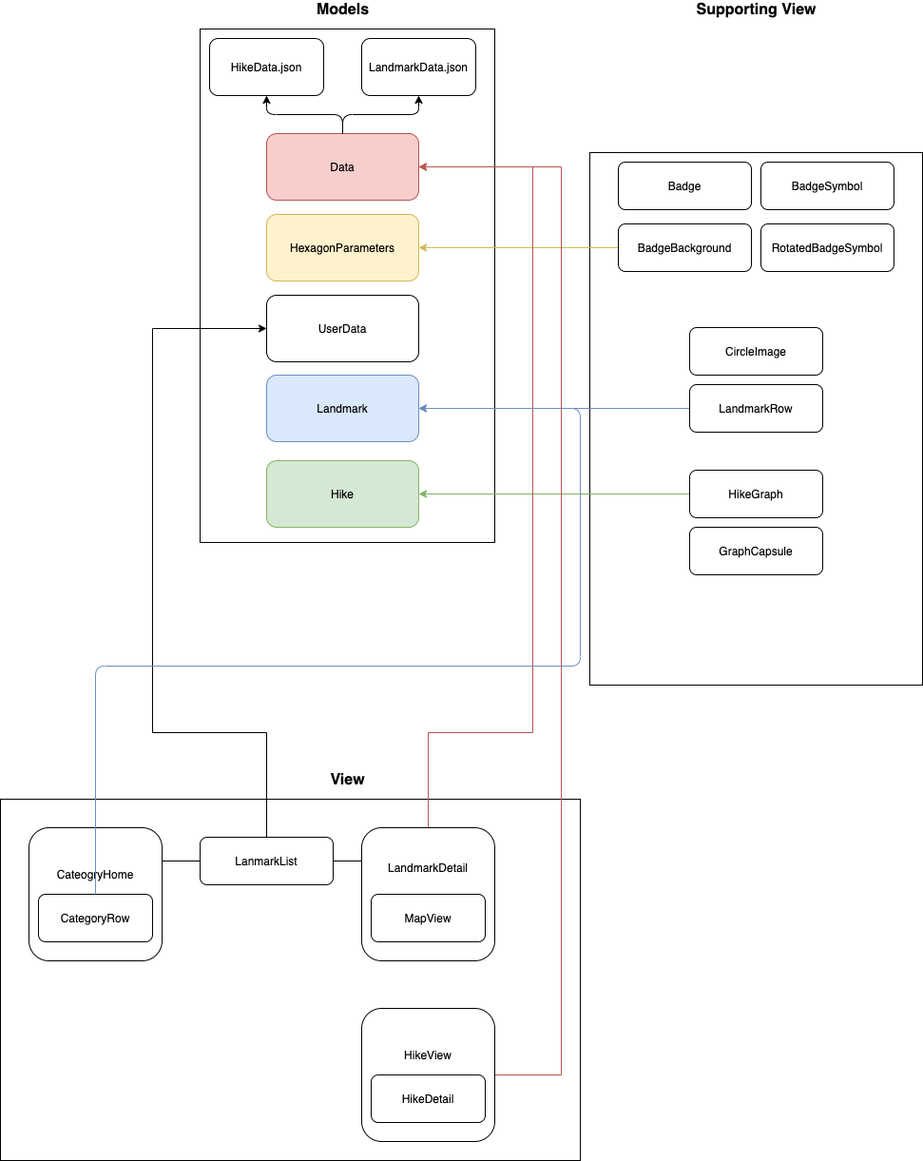
This is architecture.png from kiryun/iOS-SwiftUI_tuto, a draw.io export, as it was before one commit. Source tidied: cells renumbered, new cells last; positions are measured from the earlier drawing's top-left corner, leaving out a move shared by most shapes.
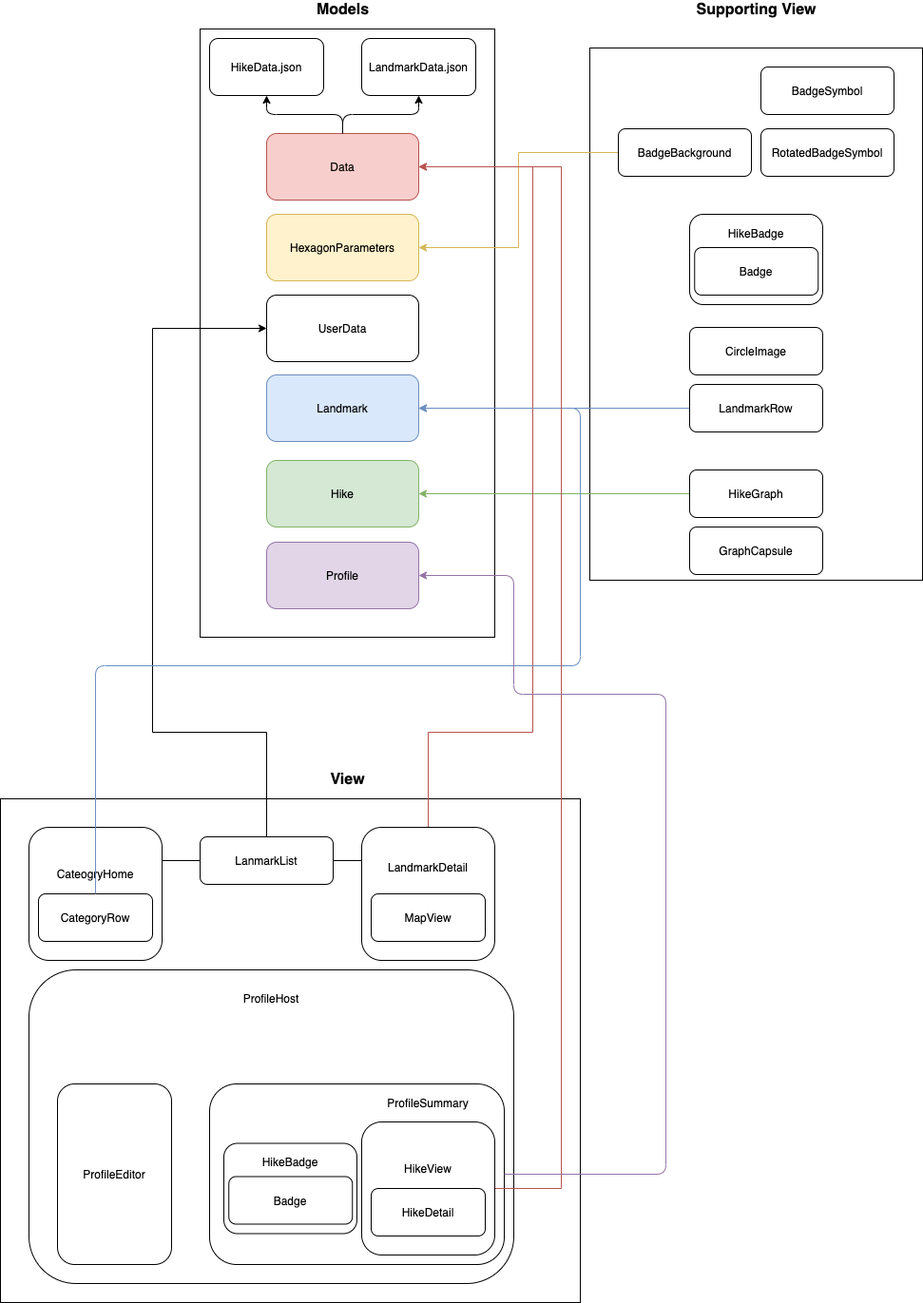
The same diagram one commit later.

Change to the diagram source:
```diff
@@ -3,10 +3,10 @@
     <mxCell id="0" />
     <mxCell id="1" parent="0" />
     <mxCell id="2" style="rounded=0;whiteSpace=wrap;html=1;" parent="1" vertex="1">
-      <mxGeometry x="620" y="160" width="350" height="560" as="geometry" />
+      <mxGeometry x="620" y="50" width="350" height="560" as="geometry" />
     </mxCell>
     <mxCell id="3" style="rounded=0;whiteSpace=wrap;html=1;" parent="1" vertex="1">
-      <mxGeometry x="210" y="30" width="310" height="540" as="geometry" />
+      <mxGeometry x="210" y="30" width="310" height="640" as="geometry" />
     </mxCell>
     <mxCell id="4" value="HikeData.json" style="rounded=1;whiteSpace=wrap;html=1;" parent="1" vertex="1">
       <mxGeometry x="220" y="40" width="120" height="60" as="geometry" />
@@ -48,20 +48,17 @@
     <mxCell id="13" value="&lt;span style=&quot;font-size: 16px&quot;&gt;&lt;b&gt;Supporting View&lt;/b&gt;&lt;/span&gt;" style="text;html=1;strokeColor=none;fillColor=none;align=center;verticalAlign=middle;whiteSpace=wrap;rounded=0;" parent="1" vertex="1">
       <mxGeometry x="728.8" width="132.5" height="20" as="geometry" />
     </mxCell>
-    <mxCell id="14" value="Badge" style="rounded=1;whiteSpace=wrap;html=1;" parent="1" vertex="1">
-      <mxGeometry x="650" y="170" width="140" height="50" as="geometry" />
-    </mxCell>
     <mxCell id="15" style="edgeStyle=orthogonalEdgeStyle;rounded=0;jettySize=auto;html=1;entryX=1;entryY=0.5;entryDx=0;entryDy=0;fillColor=#fff2cc;strokeColor=#d6b656;" parent="1" edge="1" source="16" target="25">
       <mxGeometry relative="1" as="geometry" />
     </mxCell>
     <mxCell id="16" value="BadgeBackground" style="rounded=1;whiteSpace=wrap;html=1;" parent="1" vertex="1">
-      <mxGeometry x="650" y="235" width="140" height="50" as="geometry" />
+      <mxGeometry x="650" y="135" width="140" height="50" as="geometry" />
     </mxCell>
     <mxCell id="17" value="BadgeSymbol" style="rounded=1;whiteSpace=wrap;html=1;" parent="1" vertex="1">
-      <mxGeometry x="800" y="170" width="140" height="50" as="geometry" />
+      <mxGeometry x="800" y="70" width="140" height="50" as="geometry" />
     </mxCell>
     <mxCell id="18" value="RotatedBadgeSymbol" style="rounded=1;whiteSpace=wrap;html=1;" parent="1" vertex="1">
-      <mxGeometry x="800" y="235" width="140" height="50" as="geometry" />
+      <mxGeometry x="800" y="135" width="140" height="50" as="geometry" />
     </mxCell>
     <mxCell id="19" value="CircleImage" style="rounded=1;whiteSpace=wrap;html=1;" parent="1" vertex="1">
       <mxGeometry x="725" y="344" width="140" height="50" as="geometry" />
@@ -85,7 +82,7 @@
       <mxGeometry x="280" y="225" width="160" height="70" as="geometry" />
     </mxCell>
     <mxCell id="26" style="rounded=0;whiteSpace=wrap;html=1;" parent="1" vertex="1">
-      <mxGeometry y="840" width="610" height="380" as="geometry" />
+      <mxGeometry y="840" width="610" height="530" as="geometry" />
     </mxCell>
     <mxCell id="27" value="&lt;span style=&quot;font-size: 16px&quot;&gt;&lt;b&gt;View&lt;/b&gt;&lt;/span&gt;" style="text;html=1;strokeColor=none;fillColor=none;align=center;verticalAlign=middle;whiteSpace=wrap;rounded=0;" parent="1" vertex="1">
       <mxGeometry x="298.8" y="810" width="132.5" height="20" as="geometry" />
@@ -111,20 +108,6 @@
     <mxCell id="32" style="endArrow=none;html=1;entryX=0;entryY=0.25;entryDx=0;entryDy=0;exitX=1;exitY=0.5;exitDx=0;exitDy=0;" parent="1" edge="1" source="28" target="30">
       <mxGeometry relative="1" as="geometry" />
     </mxCell>
-    <mxCell id="33" style="edgeStyle=orthogonalEdgeStyle;rounded=0;jettySize=auto;html=1;entryX=1;entryY=0.5;entryDx=0;entryDy=0;fillColor=#f8cecc;strokeColor=#b85450;" parent="1" edge="1" source="34" target="6">
-      <mxGeometry relative="1" as="geometry">
-        <Array as="points">
-          <mxPoint x="590" y="1130" />
-          <mxPoint x="590" y="175" />
-        </Array>
-      </mxGeometry>
-    </mxCell>
-    <mxCell id="34" value="HikeView&lt;br&gt;&lt;br&gt;&lt;br&gt;&lt;br&gt;" style="rounded=1;whiteSpace=wrap;html=1;" parent="1" vertex="1">
-      <mxGeometry x="380" y="1060" width="140" height="140" as="geometry" />
-    </mxCell>
-    <mxCell id="35" value="HikeDetail" style="rounded=1;whiteSpace=wrap;html=1;" parent="1" vertex="1">
-      <mxGeometry x="390" y="1130" width="120" height="50" as="geometry" />
-    </mxCell>
     <mxCell id="36" style="edgeStyle=orthogonalEdgeStyle;rounded=0;jettySize=auto;html=1;entryX=0;entryY=0.5;entryDx=0;entryDy=0;" parent="1" edge="1" source="28" target="9">
       <mxGeometry relative="1" as="geometry">
         <Array as="points">
@@ -152,5 +135,59 @@
     <mxCell id="40" style="endArrow=none;html=1;entryX=0;entryY=0.5;entryDx=0;entryDy=0;exitX=1;exitY=0.25;exitDx=0;exitDy=0;" parent="1" edge="1" source="37" target="28">
       <mxGeometry relative="1" as="geometry" />
     </mxCell>
+    <mxCell id="41" value="HikeBadge&lt;br&gt;&lt;br&gt;&lt;br&gt;&lt;br&gt;&lt;br&gt;" style="rounded=1;whiteSpace=wrap;html=1;" parent="1" vertex="1">
+      <mxGeometry x="725" y="225" width="140" height="95" as="geometry" />
+    </mxCell>
+    <mxCell id="42" style="rounded=1;whiteSpace=wrap;html=1;" parent="1" vertex="1">
+      <mxGeometry x="30" y="1020" width="510" height="330" as="geometry" />
+    </mxCell>
+    <mxCell id="43" style="rounded=1;whiteSpace=wrap;html=1;" parent="1" vertex="1">
+      <mxGeometry x="220" y="1140" width="310" height="190" as="geometry" />
+    </mxCell>
+    <mxCell id="33" style="edgeStyle=orthogonalEdgeStyle;rounded=0;jettySize=auto;html=1;entryX=1;entryY=0.5;entryDx=0;entryDy=0;fillColor=#f8cecc;strokeColor=#b85450;exitX=1;exitY=0.5;exitDx=0;exitDy=0;" parent="1" edge="1" source="34" target="6">
+      <mxGeometry relative="1" as="geometry">
+        <Array as="points">
+          <mxPoint x="590" y="1250" />
+          <mxPoint x="590" y="175" />
+        </Array>
+      </mxGeometry>
+    </mxCell>
+    <mxCell id="34" value="HikeView&lt;br&gt;&lt;br&gt;&lt;br&gt;&lt;br&gt;" style="rounded=1;whiteSpace=wrap;html=1;" parent="1" vertex="1">
+      <mxGeometry x="380" y="1180" width="140" height="140" as="geometry" />
+    </mxCell>
+    <mxCell id="35" value="HikeDetail" style="rounded=1;whiteSpace=wrap;html=1;" parent="1" vertex="1">
+      <mxGeometry x="390" y="1250" width="120" height="50" as="geometry" />
+    </mxCell>
+    <mxCell id="44" value="ProfileSummary" style="text;html=1;strokeColor=none;fillColor=none;align=center;verticalAlign=middle;whiteSpace=wrap;rounded=0;" parent="1" vertex="1">
+      <mxGeometry x="430" y="1150" width="40" height="20" as="geometry" />
+    </mxCell>
+    <mxCell id="45" value="Badge" style="rounded=1;whiteSpace=wrap;html=1;" parent="1" vertex="1">
+      <mxGeometry x="730.2" y="260" width="130" height="50" as="geometry" />
+    </mxCell>
+    <mxCell id="46" value="HikeBadge&lt;br&gt;&lt;br&gt;&lt;br&gt;&lt;br&gt;&lt;br&gt;" style="rounded=1;whiteSpace=wrap;html=1;" parent="1" vertex="1">
+      <mxGeometry x="235" y="1202.5" width="140" height="95" as="geometry" />
+    </mxCell>
+    <mxCell id="47" value="Badge" style="rounded=1;whiteSpace=wrap;html=1;" parent="1" vertex="1">
+      <mxGeometry x="240.2" y="1237.5" width="130" height="50" as="geometry" />
+    </mxCell>
+    <mxCell id="48" value="ProfileHost" style="text;html=1;strokeColor=none;fillColor=none;align=center;verticalAlign=middle;whiteSpace=wrap;rounded=0;" parent="1" vertex="1">
+      <mxGeometry x="265" y="1040" width="40" height="20" as="geometry" />
+    </mxCell>
+    <mxCell id="49" value="ProfileEditor" style="rounded=1;whiteSpace=wrap;html=1;" parent="1" vertex="1">
+      <mxGeometry x="60" y="1140" width="120" height="190" as="geometry" />
+    </mxCell>
+    <mxCell id="50" value="Profile" style="rounded=1;whiteSpace=wrap;html=1;fillColor=#e1d5e7;strokeColor=#9673a6;" parent="1" vertex="1">
+      <mxGeometry x="280" y="570" width="160" height="70" as="geometry" />
+    </mxCell>
+    <mxCell id="51" style="endArrow=classic;html=1;exitX=1;exitY=0.5;exitDx=0;exitDy=0;entryX=1;entryY=0.5;entryDx=0;entryDy=0;fillColor=#e1d5e7;strokeColor=#9673a6;" parent="1" edge="1" source="43" target="50">
+      <mxGeometry relative="1" as="geometry">
+        <Array as="points">
+          <mxPoint x="700" y="1235" />
+          <mxPoint x="700" y="730" />
+          <mxPoint x="540" y="730" />
+          <mxPoint x="540" y="605" />
+        </Array>
+      </mxGeometry>
+    </mxCell>
   </root>
 </mxGraphModel>
```
